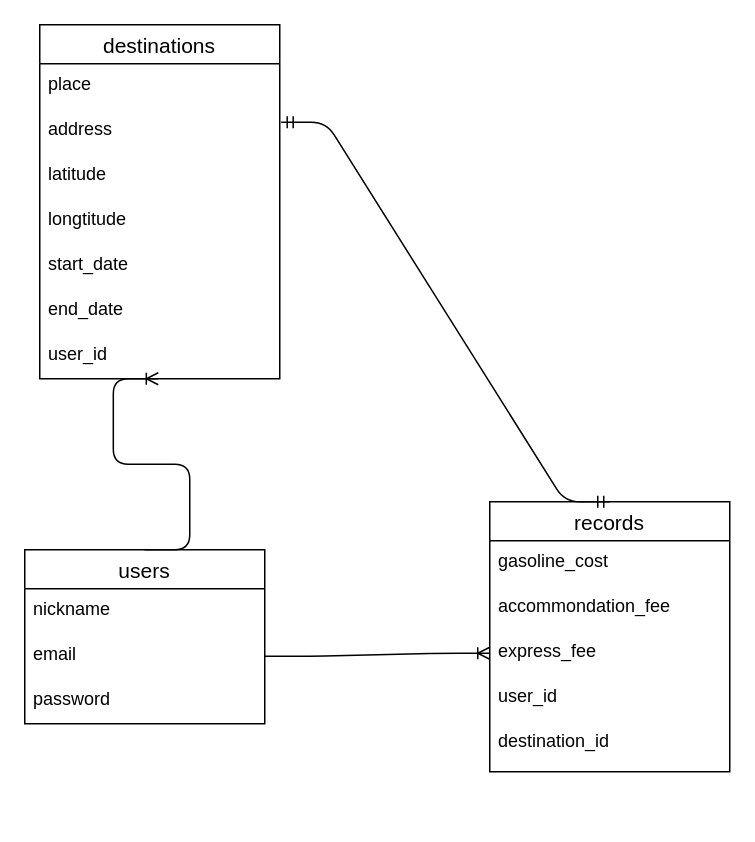
Earlier version of the draw.io diagram travel_memory.dio (sken100627/travel_memory). Source tidied: cells renumbered, new cells numbered last; positions are measured from the earlier drawing's top-left corner, leaving out a move shared by most shapes. Both pictures are drawn from the tidied source at 150%, with x=0, y=0 at pixel (24, 24).
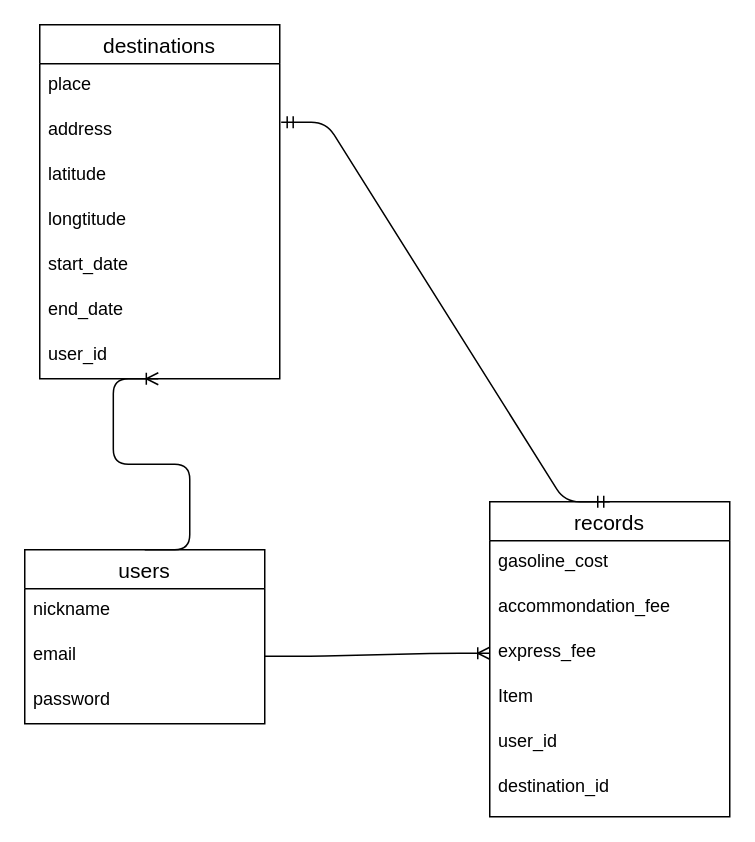
The same diagram, later.

What changed in the source:
```diff
@@
     <mxCell id="10" value="records" style="swimlane;fontStyle=0;horizontal=1;startSize=26;align=center;fontSize=14;" parent="1" vertex="1">
-      <mxGeometry x="310" y="318" width="160" height="180" as="geometry" />
+      <mxGeometry x="310" y="318" width="160" height="210" as="geometry" />
     </mxCell>
@@
+    <mxCell id="23" value="Item" style="text;strokeColor=none;fillColor=none;spacingLeft=4;spacingRight=4;overflow=hidden;fontSize=12;" parent="10" vertex="1">
+      <mxGeometry y="116" width="160" height="30" as="geometry" />
+    </mxCell>
     <mxCell id="14" value="user_id" style="text;strokeColor=none;fillColor=none;spacingLeft=4;spacingRight=4;overflow=hidden;fontSize=12;" parent="10" vertex="1">
-      <mxGeometry y="116" width="160" height="30" as="geometry" />
+      <mxGeometry y="146" width="160" height="30" as="geometry" />
     </mxCell>
     <mxCell id="15" value="destination_id" style="text;strokeColor=none;fillColor=none;spacingLeft=4;spacingRight=4;overflow=hidden;fontSize=12;" parent="10" vertex="1">
-      <mxGeometry y="146" width="160" height="34" as="geometry" />
+      <mxGeometry y="176" width="160" height="34" as="geometry" />
     </mxCell>
```
